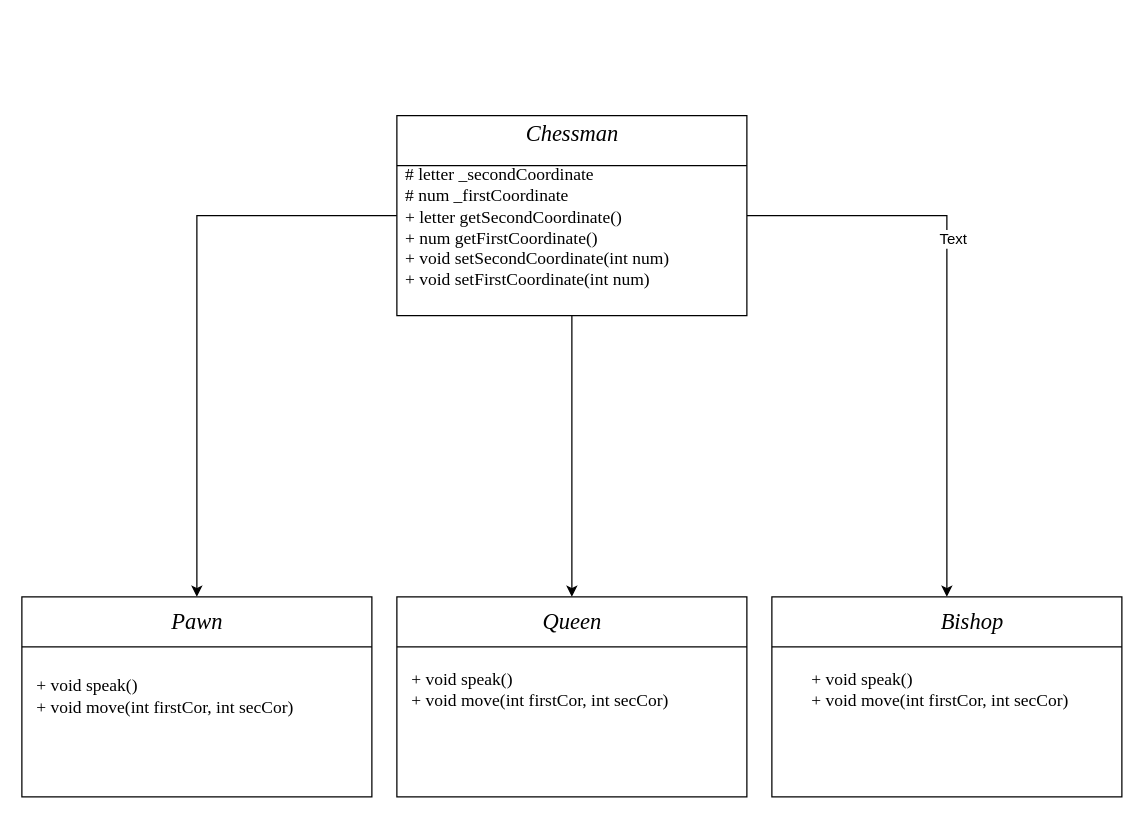
Before: v3.drawio in KartoonYoko/Lab4, a draw.io diagram. Source tidied: cells renumbered, new cells numbered last; positions are measured from the earlier drawing's top-left corner, leaving out a move shared by most shapes. Both pictures are drawn from the tidied source at 125%, with x=0, y=0 at pixel (21, 115).
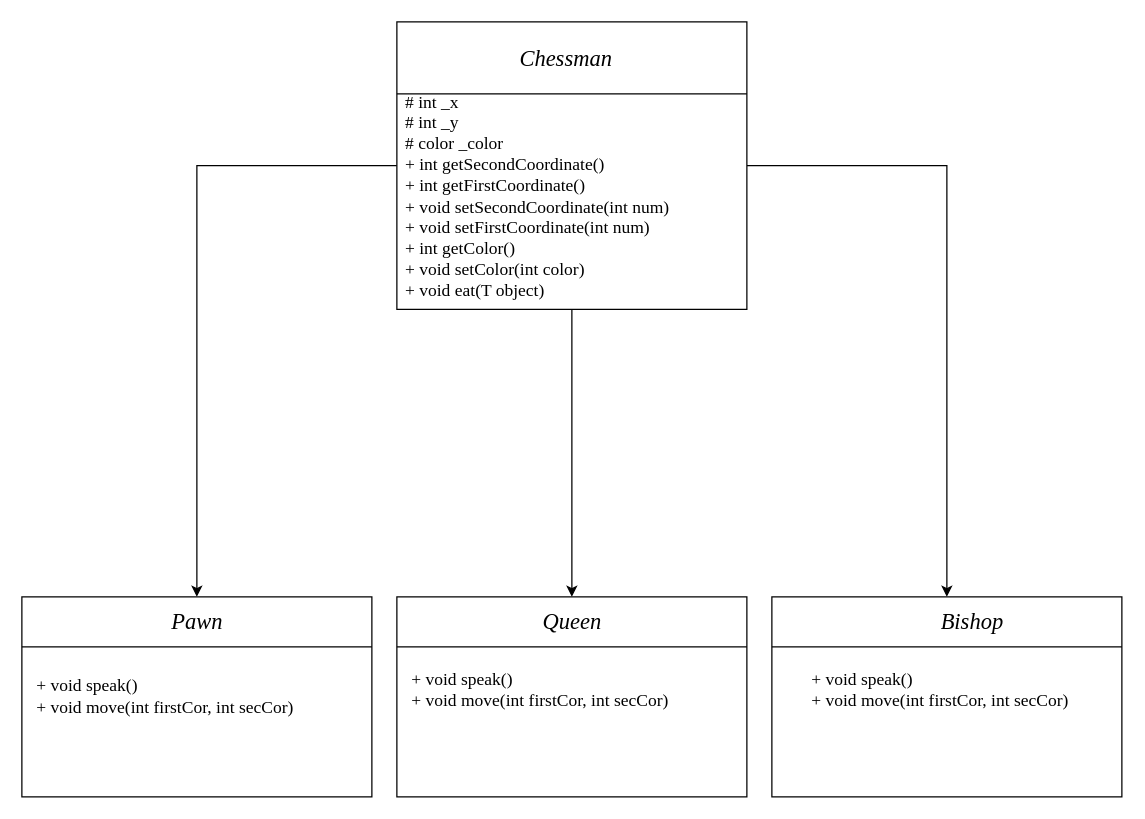
The same diagram, later.

The change refers to these unchanged cells:
```xml
<mxCell id="4" style="edgeStyle=orthogonalEdgeStyle;rounded=0;jettySize=auto;html=1;" parent="1" edge="1" source="7" target="12">
  <mxGeometry relative="1" as="geometry" />
</mxCell>
```

Diff of the diagram source:
```diff
@@
-    <mxCell id="5" value="Text" style="text;html=1;align=center;verticalAlign=middle;labelBackgroundColor=#ffffff;" parent="4" vertex="1">
-      <mxGeometry x="-0.31" y="-18" relative="1" as="geometry">
-        <mxPoint x="22" y="18" as="offset" />
-      </mxGeometry>
-    </mxCell>
@@
     <mxCell id="7" style="rounded=0;whiteSpace=wrap;html=1;" parent="1" vertex="1">
-      <mxGeometry x="300" width="280" height="160" as="geometry" />
+      <mxGeometry x="300" y="-75" width="280" height="230" as="geometry" />
     </mxCell>
@@
     <mxCell id="10" value="&lt;font style=&quot;font-size: 18px&quot; face=&quot;Times New Roman&quot;&gt;&lt;i&gt;Chessman&lt;/i&gt;&lt;/font&gt;" style="text;html=1;align=center;verticalAlign=middle;" parent="1" vertex="1">
-      <mxGeometry x="395" y="5" width="90" height="20" as="geometry" />
+      <mxGeometry x="390" y="-55" width="90" height="20" as="geometry" />
     </mxCell>
@@
-    <mxCell id="18" value="&lt;font style=&quot;font-size: 14px&quot; face=&quot;Times New Roman&quot;&gt;# letter _secondCoordinate&lt;br&gt;# num _firstCoordinate&lt;br&gt;+ letter getSecondCoordinate()&lt;br&gt;+ num getFirstCoordinate()&lt;br&gt;+&amp;nbsp;&lt;/font&gt;&lt;span style=&quot;font-family: &amp;#34;times new roman&amp;#34; ; font-size: 14px&quot;&gt;void setSecondCoordinate(int num)&lt;/span&gt;&lt;br style=&quot;font-family: &amp;#34;times new roman&amp;#34; ; font-size: 14px&quot;&gt;&lt;span style=&quot;font-family: &amp;#34;times new roman&amp;#34; ; font-size: 14px&quot;&gt;+ void setFirstCoordinate(&lt;/span&gt;&lt;span style=&quot;font-family: &amp;#34;times new roman&amp;#34; ; font-size: 14px&quot;&gt;int num&lt;/span&gt;&lt;span style=&quot;font-family: &amp;#34;times new roman&amp;#34; ; font-size: 14px&quot;&gt;)&lt;/span&gt;&lt;font style=&quot;font-size: 14px&quot; face=&quot;Times New Roman&quot;&gt;&lt;br&gt;&lt;/font&gt;" style="text;html=1;align=left;verticalAlign=middle;" parent="1" vertex="1">
-      <mxGeometry x="305" y="45" width="230" height="90" as="geometry" />
+    <mxCell id="18" value="&lt;font style=&quot;font-size: 14px&quot; face=&quot;Times New Roman&quot;&gt;# int _x&lt;br&gt;# int _y&lt;br&gt;# color _color&lt;br&gt;+ int getSecondCoordinate()&lt;br&gt;+ int getFirstCoordinate()&lt;br&gt;+&amp;nbsp;&lt;/font&gt;&lt;span style=&quot;font-family: &amp;#34;times new roman&amp;#34; ; font-size: 14px&quot;&gt;void setSecondCoordinate(int num)&lt;/span&gt;&lt;br style=&quot;font-family: &amp;#34;times new roman&amp;#34; ; font-size: 14px&quot;&gt;&lt;span style=&quot;font-family: &amp;#34;times new roman&amp;#34; ; font-size: 14px&quot;&gt;+ void setFirstCoordinate(&lt;/span&gt;&lt;span style=&quot;font-family: &amp;#34;times new roman&amp;#34; ; font-size: 14px&quot;&gt;int num&lt;/span&gt;&lt;span style=&quot;font-family: &amp;#34;times new roman&amp;#34; ; font-size: 14px&quot;&gt;)&lt;br&gt;&lt;/span&gt;&lt;font face=&quot;Times New Roman&quot;&gt;&lt;font style=&quot;font-size: 14px&quot;&gt;+ int getColor()&lt;br&gt;+ void setColor(int color)&lt;br&gt;&lt;/font&gt;&lt;/font&gt;&lt;span style=&quot;font-family: &amp;#34;times new roman&amp;#34; ; font-size: 14px&quot;&gt;+ void eat(T object)&lt;/span&gt;&lt;font face=&quot;Times New Roman&quot;&gt;&lt;br&gt;&lt;/font&gt;" style="text;html=1;align=left;verticalAlign=middle;" parent="1" vertex="1">
+      <mxGeometry x="305" y="-10" width="230" height="150" as="geometry" />
     </mxCell>
```
